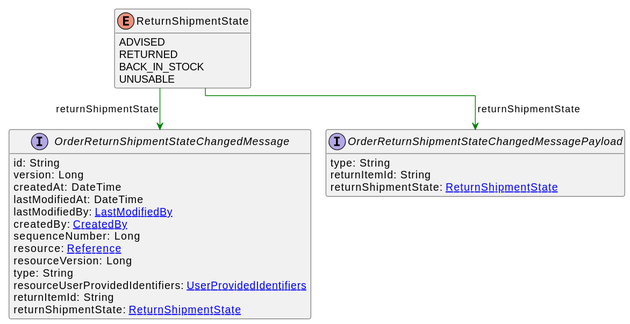
Above: uml/api/svg/ReturnShipmentState.svg in commercetools/commercetools-api-reference (PlantUML), before the change.
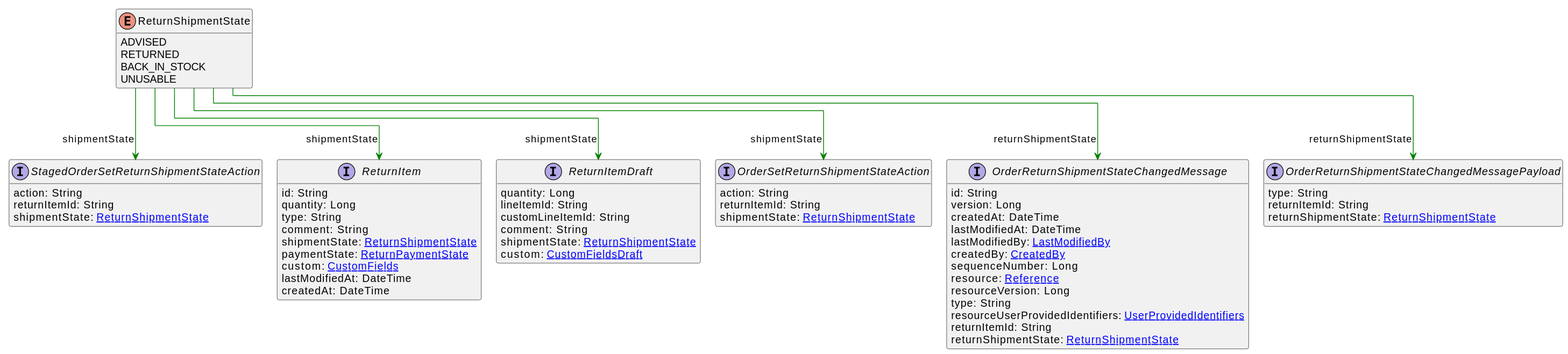
The same file after the commit.

Change to the diagram source:
```diff
@@ -27,6 +27,39 @@
     returnItemId: String
     returnShipmentState: [[ReturnShipmentState.svg ReturnShipmentState]]
 }
+interface StagedOrderSetReturnShipmentStateAction [[StagedOrderSetReturnShipmentStateAction.svg]]  {
+    action: String
+    returnItemId: String
+    shipmentState: [[ReturnShipmentState.svg ReturnShipmentState]]
+}
+interface ReturnItem [[ReturnItem.svg]]  {
+    id: String
+    quantity: Long
+    type: String
+    comment: String
+    shipmentState: [[ReturnShipmentState.svg ReturnShipmentState]]
+    paymentState: [[ReturnPaymentState.svg ReturnPaymentState]]
+    custom: [[CustomFields.svg CustomFields]]
+    lastModifiedAt: DateTime
+    createdAt: DateTime
+}
+interface ReturnItemDraft [[ReturnItemDraft.svg]]  {
+    quantity: Long
+    lineItemId: String
+    customLineItemId: String
+    comment: String
+    shipmentState: [[ReturnShipmentState.svg ReturnShipmentState]]
+    custom: [[CustomFieldsDraft.svg CustomFieldsDraft]]
+}
+interface OrderSetReturnShipmentStateAction [[OrderSetReturnShipmentStateAction.svg]]  {
+    action: String
+    returnItemId: String
+    shipmentState: [[ReturnShipmentState.svg ReturnShipmentState]]
+}
 ReturnShipmentState --> OrderReturnShipmentStateChangedMessage #green;text:green : "returnShipmentState"
 ReturnShipmentState --> OrderReturnShipmentStateChangedMessagePayload #green;text:green : "returnShipmentState"
+ReturnShipmentState --> StagedOrderSetReturnShipmentStateAction #green;text:green : "shipmentState"
+ReturnShipmentState --> ReturnItem #green;text:green : "shipmentState"
+ReturnShipmentState --> ReturnItemDraft #green;text:green : "shipmentState"
+ReturnShipmentState --> OrderSetReturnShipmentStateAction #green;text:green : "shipmentState"
 @enduml
```
